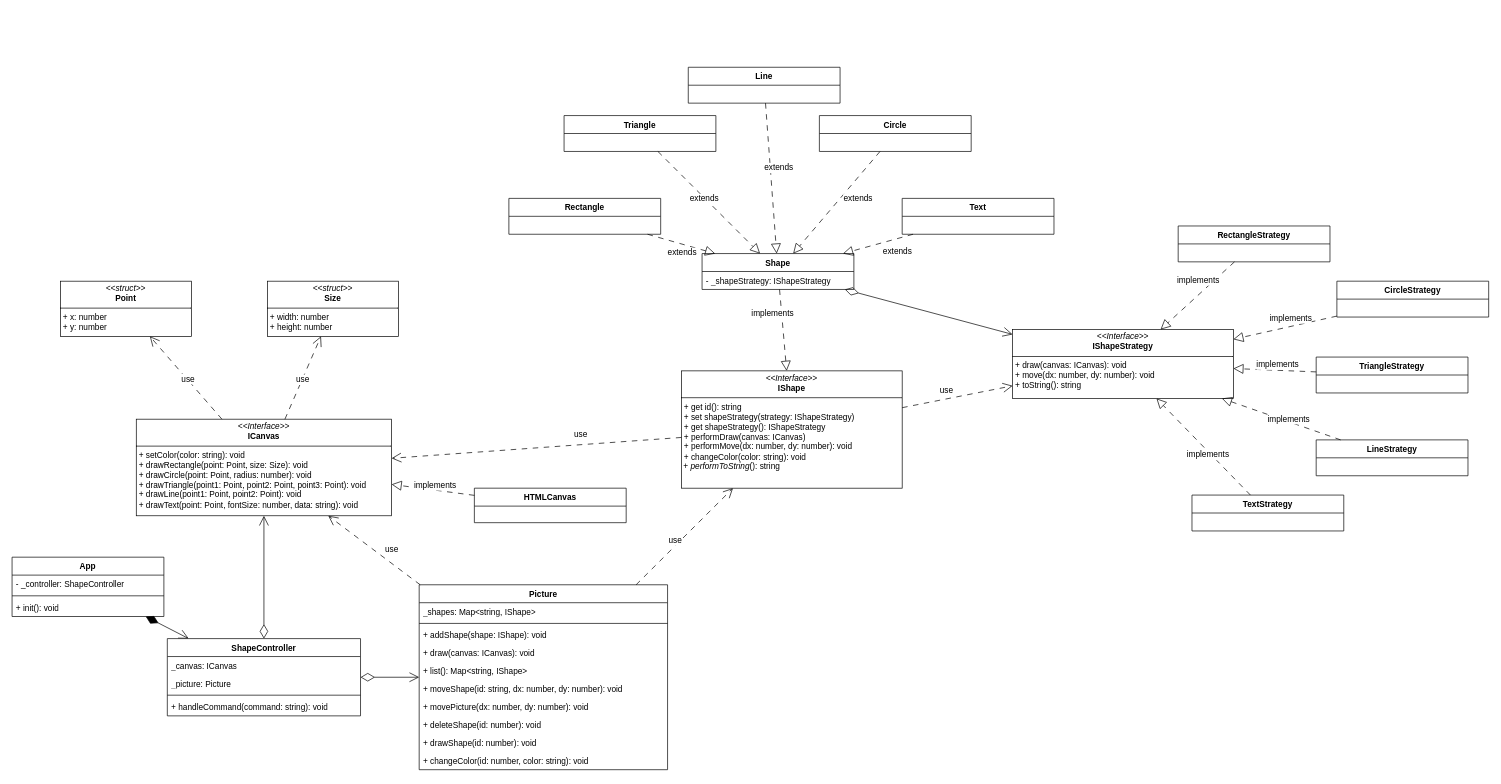
Earlier version of the draw.io diagram 01/04/shapes.drawio (010MochalovPA/ood). Source tidied: cells renumbered, new cells numbered last; positions are measured from the earlier drawing's top-left corner, leaving out a move shared by most shapes. Both pictures are drawn from the tidied source at 69%, with x=0, y=0 at pixel (12, 67).
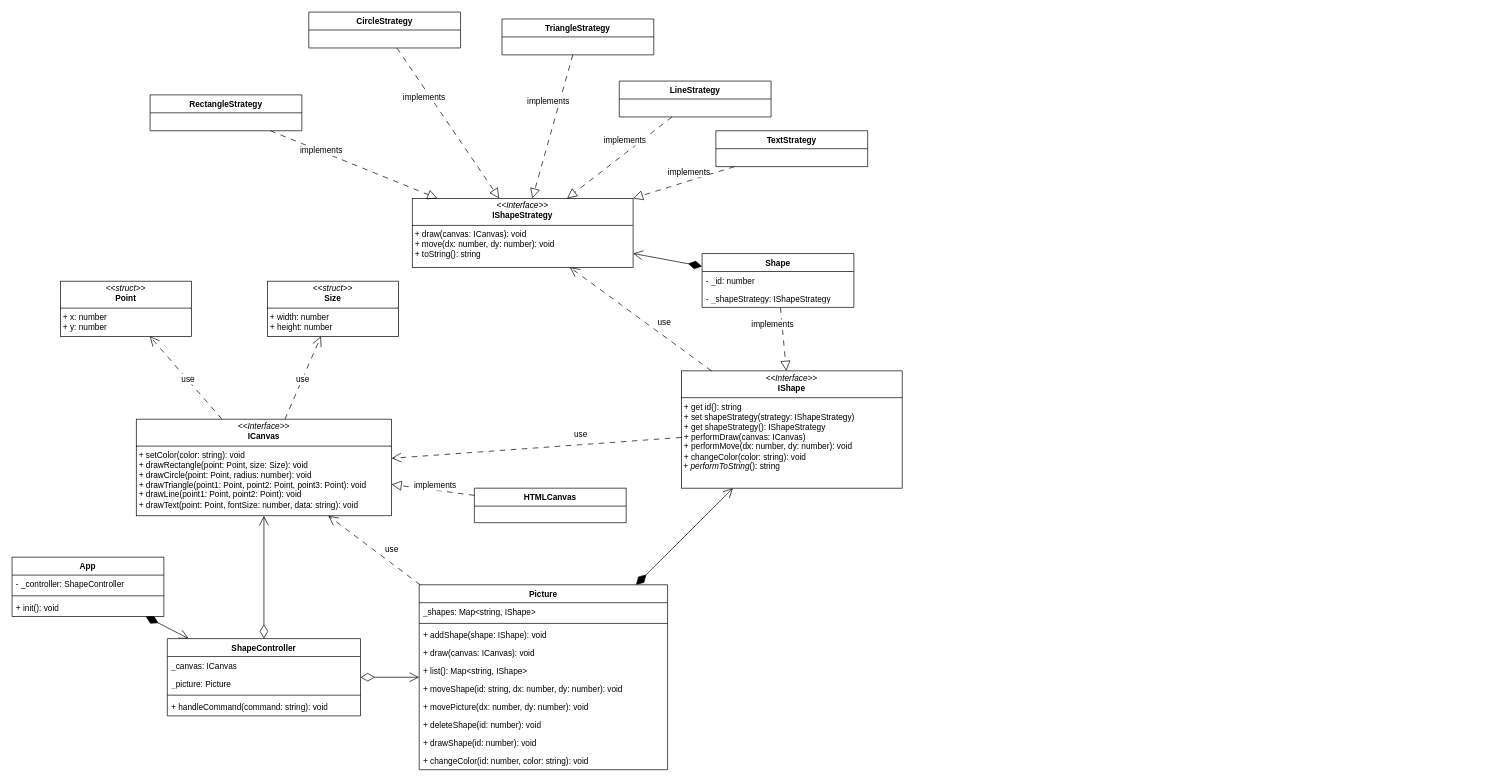
The same page after the edit.

Unchanged cells that the change refers to:
```xml
<mxCell id="2" value="&lt;p style=&quot;margin:0px;margin-top:4px;text-align:center;&quot;&gt;&lt;i&gt;&amp;lt;&amp;lt;Interface&amp;gt;&amp;gt;&lt;/i&gt;&lt;br&gt;&lt;b&gt;IShape&lt;/b&gt;&lt;/p&gt;&lt;hr size=&quot;1&quot; style=&quot;border-style:solid;&quot;&gt;&lt;p style=&quot;margin:0px;margin-left:4px;&quot;&gt;+ get id(): string&lt;br&gt;+ set shapeStrategy(strategy: IShapeStrategy)&lt;/p&gt;&lt;p style=&quot;margin:0px;margin-left:4px;&quot;&gt;+ get shapeStrategy(): IShapeStrategy&lt;/p&gt;&lt;p style=&quot;margin:0px;margin-left:4px;&quot;&gt;+ performDraw(canvas: ICanvas)&lt;/p&gt;&lt;p style=&quot;margin:0px;margin-left:4px;&quot;&gt;+ performMove(dx: number, dy: number): void&lt;/p&gt;&lt;p style=&quot;margin:0px;margin-left:4px;&quot;&gt;+ changeColor(color: string): void&lt;/p&gt;&lt;p style=&quot;margin:0px;margin-left:4px;&quot;&gt;&lt;/p&gt;&amp;nbsp;+&amp;nbsp;&lt;i&gt;performToString&lt;/i&gt;(): string" style="verticalAlign=top;align=left;overflow=fill;html=1;whiteSpace=wrap;" parent="1" vertex="1">
  <mxGeometry x="970" y="440" width="320" height="170" as="geometry" />
</mxCell>
<mxCell id="24" value="Picture" style="swimlane;fontStyle=1;align=center;verticalAlign=top;horizontal=1;startSize=26;whiteSpace=wrap;html=1;" parent="1" vertex="1">
  <mxGeometry x="590" y="750" width="360" height="268" as="geometry" />
</mxCell>
```

The edit, as a diff of the source:
```diff
@@
-    <mxCell id="36" style="rounded=0;jettySize=auto;html=1;startArrow=none;startFill=0;startSize=16;endSize=12;endArrow=open;endFill=0;dashed=1;dashPattern=8 8;" parent="1" edge="1" source="24" target="2">
-      <mxGeometry relative="1" as="geometry" />
-    </mxCell>
-    <mxCell id="37" value="use" style="edgeLabel;html=1;align=center;verticalAlign=middle;fontSize=12;" parent="36" vertex="1">
-      <mxGeometry x="-0.28" y="-1" relative="1" as="geometry">
-        <mxPoint x="5" y="-15" as="offset" />
-      </mxGeometry>
-    </mxCell>
@@
     <mxCell id="40" value="Shape" style="swimlane;fontStyle=1;align=center;verticalAlign=top;horizontal=1;startSize=26;whiteSpace=wrap;html=1;" parent="1" vertex="1">
-      <mxGeometry x="1000" y="270" width="220" height="52" as="geometry" />
+      <mxGeometry x="1000" y="270" width="220" height="78" as="geometry" />
     </mxCell>
+    <mxCell id="80" value="- _id: number" style="text;strokeColor=none;fillColor=none;align=left;verticalAlign=top;spacingLeft=4;spacingRight=4;overflow=hidden;whiteSpace=wrap;html=1;" parent="40" vertex="1">
+      <mxGeometry y="26" width="220" height="26" as="geometry" />
+    </mxCell>
     <mxCell id="41" value="- _shapeStrategy: IShapeStrategy" style="text;strokeColor=none;fillColor=none;align=left;verticalAlign=top;spacingLeft=4;spacingRight=4;overflow=hidden;whiteSpace=wrap;html=1;" parent="40" vertex="1">
-      <mxGeometry y="26" width="220" height="26" as="geometry" />
+      <mxGeometry y="52" width="220" height="26" as="geometry" />
     </mxCell>
@@
     <mxCell id="44" value="&lt;p style=&quot;margin:0px;margin-top:4px;text-align:center;&quot;&gt;&lt;i&gt;&amp;lt;&amp;lt;Interface&amp;gt;&amp;gt;&lt;/i&gt;&lt;br&gt;&lt;b&gt;IShapeStrategy&lt;/b&gt;&lt;/p&gt;&lt;hr size=&quot;1&quot; style=&quot;border-style:solid;&quot;&gt;&lt;p style=&quot;margin:0px;margin-left:4px;&quot;&gt;+ draw(canvas: ICanvas): void&lt;/p&gt;&lt;p style=&quot;margin:0px;margin-left:4px;&quot;&gt;+ move(dx: number, dy: number): void&lt;/p&gt;&lt;p style=&quot;margin:0px;margin-left:4px;&quot;&gt;+ toString(): string&amp;nbsp;&lt;/p&gt;" style="verticalAlign=top;align=left;overflow=fill;html=1;whiteSpace=wrap;" parent="1" vertex="1">
-      <mxGeometry x="1450" y="380" width="320" height="100" as="geometry" />
+      <mxGeometry x="580" y="190" width="320" height="100" as="geometry" />
     </mxCell>
@@
-    <mxCell id="47" style="rounded=0;jettySize=auto;html=1;startArrow=diamondThin;startFill=0;startSize=18;endSize=12;endArrow=open;endFill=0;" parent="1" edge="1" source="40" target="44">
+    <mxCell id="47" style="rounded=0;jettySize=auto;html=1;startArrow=diamondThin;startFill=1;startSize=18;endSize=12;endArrow=open;endFill=0;" parent="1" edge="1" source="40" target="44">
       <mxGeometry relative="1" as="geometry" />
     </mxCell>
@@
-    <mxCell id="50" value="Rectangle" style="swimlane;fontStyle=1;align=center;verticalAlign=top;horizontal=1;startSize=26;whiteSpace=wrap;html=1;" parent="1" vertex="1">
-      <mxGeometry x="720" y="190" width="220" height="52" as="geometry" />
-    </mxCell>
-    <mxCell id="51" value="Circle" style="swimlane;fontStyle=1;align=center;verticalAlign=top;horizontal=1;startSize=26;whiteSpace=wrap;html=1;" parent="1" vertex="1">
-      <mxGeometry x="1170" y="70" width="220" height="52" as="geometry" />
-    </mxCell>
-    <mxCell id="52" value="Text" style="swimlane;fontStyle=1;align=center;verticalAlign=top;horizontal=1;startSize=26;whiteSpace=wrap;html=1;" parent="1" vertex="1">
-      <mxGeometry x="1290" y="190" width="220" height="52" as="geometry" />
-    </mxCell>
-    <mxCell id="53" value="Line" style="swimlane;fontStyle=1;align=center;verticalAlign=top;horizontal=1;startSize=26;whiteSpace=wrap;html=1;" parent="1" vertex="1">
-      <mxGeometry x="980" width="220" height="52" as="geometry" />
-    </mxCell>
-    <mxCell id="54" value="Triangle" style="swimlane;fontStyle=1;align=center;verticalAlign=top;horizontal=1;startSize=26;whiteSpace=wrap;html=1;" parent="1" vertex="1">
-      <mxGeometry x="800" y="70" width="220" height="52" as="geometry" />
-    </mxCell>
-    <mxCell id="55" style="rounded=0;jettySize=auto;html=1;startArrow=none;startFill=0;startSize=16;endSize=12;endArrow=block;endFill=0;dashed=1;dashPattern=8 8;" parent="1" edge="1" source="50" target="40">
-      <mxGeometry relative="1" as="geometry" />
-    </mxCell>
-    <mxCell id="56" value="extends" style="edgeLabel;html=1;align=center;verticalAlign=middle;fontSize=12;" parent="55" vertex="1">
-      <mxGeometry x="-0.28" y="-1" relative="1" as="geometry">
-        <mxPoint x="14" y="15" as="offset" />
-      </mxGeometry>
-    </mxCell>
-    <mxCell id="57" style="rounded=0;jettySize=auto;html=1;startArrow=none;startFill=0;startSize=16;endSize=12;endArrow=block;endFill=0;dashed=1;dashPattern=8 8;" parent="1" edge="1" source="51" target="40">
-      <mxGeometry relative="1" as="geometry" />
-    </mxCell>
-    <mxCell id="58" value="extends" style="edgeLabel;html=1;align=center;verticalAlign=middle;fontSize=12;" parent="57" vertex="1">
-      <mxGeometry x="-0.28" y="-1" relative="1" as="geometry">
-        <mxPoint x="14" y="15" as="offset" />
-      </mxGeometry>
-    </mxCell>
-    <mxCell id="59" style="rounded=0;jettySize=auto;html=1;startArrow=none;startFill=0;startSize=16;endSize=12;endArrow=block;endFill=0;dashed=1;dashPattern=8 8;" parent="1" edge="1" source="52" target="40">
-      <mxGeometry relative="1" as="geometry" />
-    </mxCell>
-    <mxCell id="60" value="extends" style="edgeLabel;html=1;align=center;verticalAlign=middle;fontSize=12;" parent="59" vertex="1">
-      <mxGeometry x="-0.28" y="-1" relative="1" as="geometry">
-        <mxPoint x="14" y="15" as="offset" />
-      </mxGeometry>
-    </mxCell>
-    <mxCell id="61" style="rounded=0;jettySize=auto;html=1;startArrow=none;startFill=0;startSize=16;endSize=12;endArrow=block;endFill=0;dashed=1;dashPattern=8 8;" parent="1" edge="1" source="53" target="40">
-      <mxGeometry relative="1" as="geometry" />
-    </mxCell>
-    <mxCell id="62" value="extends" style="edgeLabel;html=1;align=center;verticalAlign=middle;fontSize=12;" parent="61" vertex="1">
-      <mxGeometry x="-0.28" y="-1" relative="1" as="geometry">
-        <mxPoint x="14" y="15" as="offset" />
-      </mxGeometry>
-    </mxCell>
-    <mxCell id="63" style="rounded=0;jettySize=auto;html=1;startArrow=none;startFill=0;startSize=16;endSize=12;endArrow=block;endFill=0;dashed=1;dashPattern=8 8;" parent="1" edge="1" source="54" target="40">
-      <mxGeometry relative="1" as="geometry" />
-    </mxCell>
-    <mxCell id="64" value="extends" style="edgeLabel;html=1;align=center;verticalAlign=middle;fontSize=12;" parent="63" vertex="1">
-      <mxGeometry x="-0.28" y="-1" relative="1" as="geometry">
-        <mxPoint x="14" y="15" as="offset" />
-      </mxGeometry>
-    </mxCell>
     <mxCell id="65" value="RectangleStrategy" style="swimlane;fontStyle=1;align=center;verticalAlign=top;horizontal=1;startSize=26;whiteSpace=wrap;html=1;" parent="1" vertex="1">
-      <mxGeometry x="1690" y="230" width="220" height="52" as="geometry" />
+      <mxGeometry x="200" y="40" width="220" height="52" as="geometry" />
     </mxCell>
@@
     <mxCell id="68" value="CircleStrategy" style="swimlane;fontStyle=1;align=center;verticalAlign=top;horizontal=1;startSize=26;whiteSpace=wrap;html=1;" parent="1" vertex="1">
-      <mxGeometry x="1920" y="310" width="220" height="52" as="geometry" />
+      <mxGeometry x="430" y="-80" width="220" height="52" as="geometry" />
     </mxCell>
     <mxCell id="69" value="TriangleStrategy" style="swimlane;fontStyle=1;align=center;verticalAlign=top;horizontal=1;startSize=26;whiteSpace=wrap;html=1;" parent="1" vertex="1">
-      <mxGeometry x="1890" y="420" width="220" height="52" as="geometry" />
+      <mxGeometry x="710" y="-70" width="220" height="52" as="geometry" />
     </mxCell>
     <mxCell id="70" value="LineStrategy" style="swimlane;fontStyle=1;align=center;verticalAlign=top;horizontal=1;startSize=26;whiteSpace=wrap;html=1;" parent="1" vertex="1">
-      <mxGeometry x="1890" y="540" width="220" height="52" as="geometry" />
+      <mxGeometry x="880" y="20" width="220" height="52" as="geometry" />
     </mxCell>
     <mxCell id="71" value="TextStrategy" style="swimlane;fontStyle=1;align=center;verticalAlign=top;horizontal=1;startSize=26;whiteSpace=wrap;html=1;" parent="1" vertex="1">
-      <mxGeometry x="1710" y="620" width="220" height="52" as="geometry" />
+      <mxGeometry x="1020" y="92" width="220" height="52" as="geometry" />
     </mxCell>
@@
+    <mxCell id="36" style="rounded=0;jettySize=auto;html=1;startArrow=diamondThin;startFill=1;startSize=18;endSize=12;endArrow=open;endFill=0;" parent="1" edge="1" source="24" target="2">
+      <mxGeometry relative="1" as="geometry" />
+    </mxCell>
```
